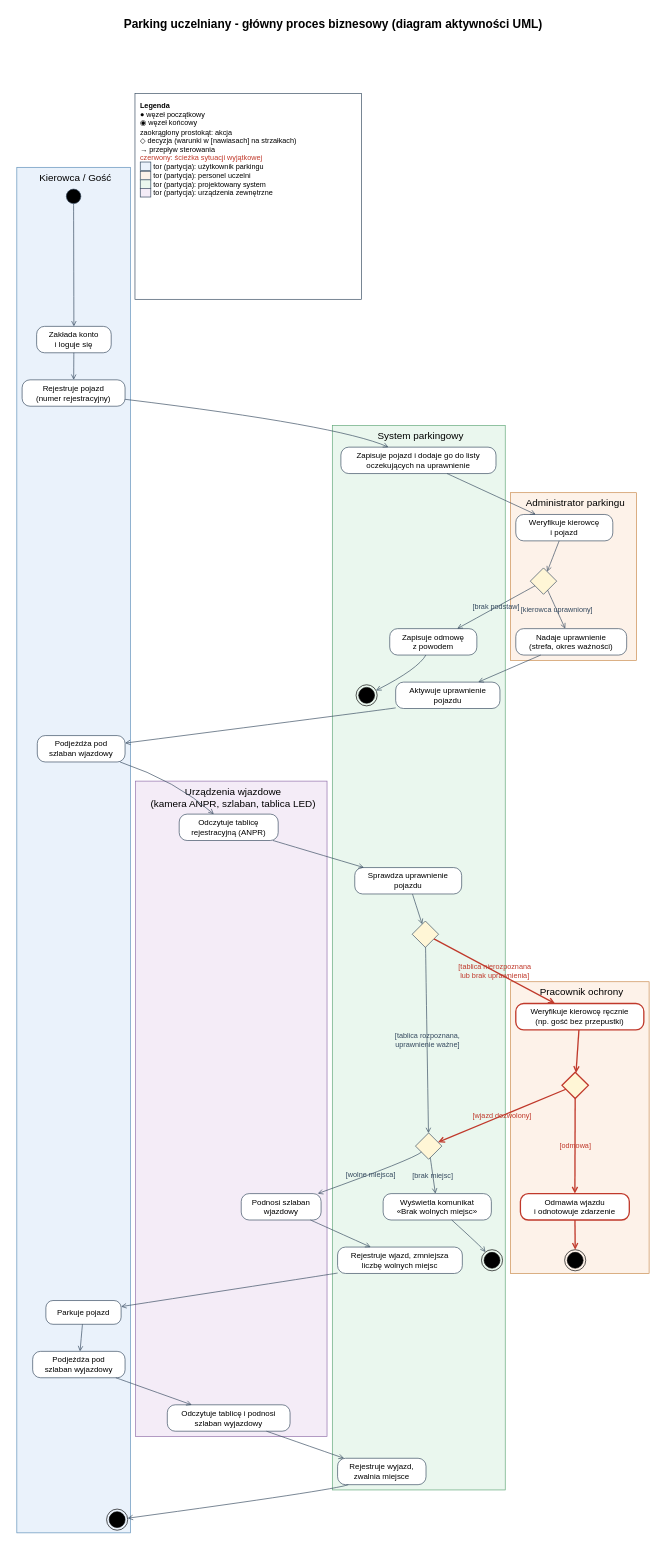
The draw.io diagram docs/proces/model-procesu.drawio in Kanikk/parking-uczelniany, before the edit. Source tidied: cells renumbered, new cells numbered last; positions are measured from the earlier drawing's top-left corner, leaving out a move shared by most shapes. Both pictures are drawn from the tidied source at 66%, with x=0, y=0 at pixel (11, 11).
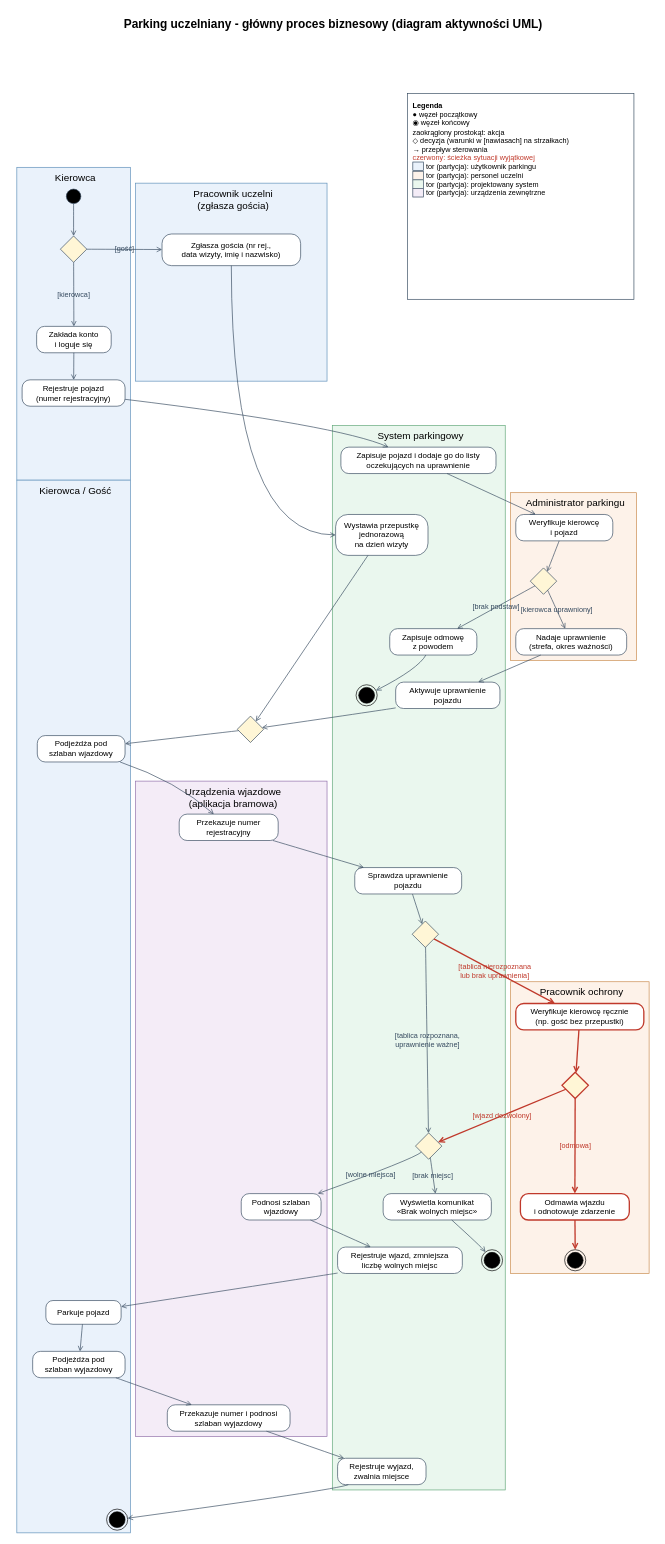
Above is the later version.

Commit message (it also covers changes not shown here):
docs: poprawa modelu procesu - zgłoszenie gościa, tor Kierowca / Gość, aplikacja bramowa

The change refers to these unchanged cells:
```xml
<mxCell id="7" style="ellipse;whiteSpace=wrap;html=1;fillColor=#000000;strokeColor=#34495E;fontSize=12;fontColor=#000000;strokeWidth=1;" parent="1" vertex="1">
  <mxGeometry x="83" y="269" width="22" height="22" as="geometry" />
</mxCell>
<mxCell id="8" value="Zakłada konto&lt;br&gt;i loguje się" style="rounded=1;arcSize=30;whiteSpace=wrap;html=1;fillColor=#FFFFFF;strokeColor=#34495E;fontSize=12;fontColor=#000000;strokeWidth=1;" parent="1" vertex="1">
  <mxGeometry x="38" y="477" width="113" height="40" as="geometry" />
</mxCell>
<mxCell id="10" value="Podjeżdża pod&lt;br&gt;szlaban wjazdowy" style="rounded=1;arcSize=30;whiteSpace=wrap;html=1;fillColor=#FFFFFF;strokeColor=#34495E;fontSize=12;fontColor=#000000;strokeWidth=1;" parent="1" vertex="1">
  <mxGeometry x="39" y="1097" width="133" height="40" as="geometry" />
</mxCell>
<mxCell id="19" value="Aktywuje uprawnienie&lt;br&gt;pojazdu" style="rounded=1;arcSize=30;whiteSpace=wrap;html=1;fillColor=#FFFFFF;strokeColor=#34495E;fontSize=12;fontColor=#000000;strokeWidth=1;" parent="1" vertex="1">
  <mxGeometry x="582" y="1016" width="158" height="40" as="geometry" />
</mxCell>
```

Change to the diagram source:
```diff
@@
-    <mxCell id="3" value="Kierowca / Gość" style="rounded=0;whiteSpace=wrap;html=1;fillColor=#EAF2FB;strokeColor=#5B8DB8;verticalAlign=top;align=center;spacingLeft=6;fontSize=15;fontColor=#000000;" parent="1" vertex="1">
-      <mxGeometry x="8" y="236" width="172" height="2069" as="geometry" />
+    <mxCell id="3" value="Kierowca" style="rounded=0;whiteSpace=wrap;html=1;fillColor=#EAF2FB;strokeColor=#5B8DB8;verticalAlign=top;align=center;spacingLeft=6;fontSize=15;fontColor=#000000;" parent="1" vertex="1">
+      <mxGeometry x="8" y="236" width="172" height="474" as="geometry" />
     </mxCell>
+    <mxCell id="65" value="Kierowca / Gość" style="rounded=0;whiteSpace=wrap;html=1;fillColor=#EAF2FB;strokeColor=#5B8DB8;verticalAlign=top;align=center;spacingLeft=6;fontSize=15;fontColor=#000000;" parent="1" vertex="1">
+      <mxGeometry x="8" y="710" width="172" height="1595" as="geometry" />
+    </mxCell>
-    <mxCell id="4" value="Urządzenia wjazdowe&lt;br&gt;(kamera ANPR, szlaban, tablica LED)" style="rounded=0;whiteSpace=wrap;html=1;fillColor=#F4ECF7;strokeColor=#8E6BA8;verticalAlign=top;align=center;spacingLeft=6;fontSize=15;fontColor=#000000;" parent="1" vertex="1">
+    <mxCell id="4" value="Urządzenia wjazdowe&lt;br&gt;(aplikacja bramowa)" style="rounded=0;whiteSpace=wrap;html=1;fillColor=#F4ECF7;strokeColor=#8E6BA8;verticalAlign=top;align=center;spacingLeft=6;fontSize=15;fontColor=#000000;" parent="1" vertex="1">
       <mxGeometry x="188" y="1166" width="290" height="993" as="geometry" />
     </mxCell>
@@
+    <mxCell id="66" value="Pracownik uczelni&lt;br&gt;(zgłasza gościa)" style="rounded=0;whiteSpace=wrap;html=1;fillColor=#EAF2FB;strokeColor=#5B8DB8;verticalAlign=top;align=center;spacingLeft=6;fontSize=15;fontColor=#000000;" parent="1" vertex="1">
+      <mxGeometry x="188" y="260" width="290" height="300" as="geometry" />
+    </mxCell>
@@
-    <mxCell id="14" value="Odczytuje tablicę&lt;br&gt;rejestracyjną (ANPR)" style="rounded=1;arcSize=30;whiteSpace=wrap;html=1;fillColor=#FFFFFF;strokeColor=#34495E;fontSize=12;fontColor=#000000;strokeWidth=1;" parent="1" vertex="1">
+    <mxCell id="14" value="Przekazuje numer&lt;br&gt;rejestracyjny" style="rounded=1;arcSize=30;whiteSpace=wrap;html=1;fillColor=#FFFFFF;strokeColor=#34495E;fontSize=12;fontColor=#000000;strokeWidth=1;" parent="1" vertex="1">
       <mxGeometry x="254" y="1216" width="150" height="40" as="geometry" />
     </mxCell>
@@
-    <mxCell id="16" value="Odczytuje tablicę i podnosi&lt;br&gt;szlaban wyjazdowy" style="rounded=1;arcSize=30;whiteSpace=wrap;html=1;fillColor=#FFFFFF;strokeColor=#34495E;fontSize=12;fontColor=#000000;strokeWidth=1;" parent="1" vertex="1">
+    <mxCell id="16" value="Przekazuje numer i podnosi&lt;br&gt;szlaban wyjazdowy" style="rounded=1;arcSize=30;whiteSpace=wrap;html=1;fillColor=#FFFFFF;strokeColor=#34495E;fontSize=12;fontColor=#000000;strokeWidth=1;" parent="1" vertex="1">
       <mxGeometry x="236" y="2111" width="186" height="40" as="geometry" />
     </mxCell>
@@
     <mxCell id="35" value="&lt;b&gt;Legenda&lt;/b&gt;&lt;br&gt;● węzeł początkowy&lt;br&gt;◉ węzeł końcowy&lt;br&gt;zaokrąglony prostokąt: akcja&lt;br&gt;◇ decyzja (warunki w [nawiasach] na strzałkach)&lt;br&gt;→ przepływ sterowania&lt;br&gt;&lt;font color='#C0392B'&gt;czerwony: ścieżka sytuacji wyjątkowej&lt;/font&gt;&lt;br&gt;&lt;span style=&quot;background-color:#EAF2FB;border:1px solid #34495E;&quot;&gt;&amp;nbsp;&amp;nbsp;&amp;nbsp;&amp;nbsp;&amp;nbsp;&lt;/span&gt; tor (partycja): użytkownik parkingu&lt;br&gt;&lt;span style=&quot;background-color:#FDF2E9;border:1px solid #34495E;&quot;&gt;&amp;nbsp;&amp;nbsp;&amp;nbsp;&amp;nbsp;&amp;nbsp;&lt;/span&gt; tor (partycja): personel uczelni&lt;br&gt;&lt;span style=&quot;background-color:#EAF7EE;border:1px solid #34495E;&quot;&gt;&amp;nbsp;&amp;nbsp;&amp;nbsp;&amp;nbsp;&amp;nbsp;&lt;/span&gt; tor (partycja): projektowany system&lt;br&gt;&lt;span style=&quot;background-color:#F4ECF7;border:1px solid #34495E;&quot;&gt;&amp;nbsp;&amp;nbsp;&amp;nbsp;&amp;nbsp;&amp;nbsp;&lt;/span&gt; tor (partycja): urządzenia zewnętrzne" style="text;html=1;whiteSpace=wrap;align=left;verticalAlign=top;strokeColor=#34495E;fillColor=#FFFFFF;spacing=8;fontSize=11;" parent="1" vertex="1">
-      <mxGeometry x="187" y="124" width="343" height="312" as="geometry" />
+      <mxGeometry x="600" y="124" width="343" height="312" as="geometry" />
     </mxCell>
-    <mxCell id="36" style="html=1;curved=1;rounded=0;endArrow=open;startArrow=none;endFill=1;startFill=1;strokeColor=#34495E;fontColor=#34495E;fontSize=11;strokeWidth=1;labelBackgroundColor=none;" parent="1" edge="1" source="7" target="8">
+    <mxCell id="36" style="html=1;curved=1;rounded=0;endArrow=open;startArrow=none;endFill=1;startFill=1;strokeColor=#34495E;fontColor=#34495E;fontSize=11;strokeWidth=1;labelBackgroundColor=none;" parent="1" edge="1" source="7" target="67">
       <mxGeometry relative="1" as="geometry" />
     </mxCell>
@@
-    <mxCell id="47" style="html=1;curved=1;rounded=0;endArrow=open;startArrow=none;endFill=1;startFill=1;strokeColor=#34495E;fontColor=#34495E;fontSize=11;strokeWidth=1;labelBackgroundColor=none;" parent="1" edge="1" source="19" target="10">
+    <mxCell id="47" style="html=1;curved=1;rounded=0;endArrow=open;startArrow=none;endFill=1;startFill=1;strokeColor=#34495E;fontColor=#34495E;fontSize=11;strokeWidth=1;labelBackgroundColor=none;" parent="1" edge="1" source="19" target="70">
       <mxGeometry relative="1" as="geometry">
         <Array as="points">
           <mxPoint x="578" y="1056" />
         </Array>
       </mxGeometry>
     </mxCell>
@@
+    <mxCell id="67" style="rhombus;whiteSpace=wrap;html=1;fillColor=#FFF6D6;strokeColor=#34495E;fontSize=12;fontColor=#000000;strokeWidth=1;" parent="1" vertex="1">
+      <mxGeometry x="74" y="340" width="40" height="40" as="geometry" />
+    </mxCell>
+    <mxCell id="68" value="Zgłasza gościa (nr rej.,&lt;br&gt;data wizyty, imię i nazwisko)" style="rounded=1;arcSize=30;whiteSpace=wrap;html=1;fillColor=#FFFFFF;strokeColor=#34495E;fontSize=12;fontColor=#000000;strokeWidth=1;" parent="1" vertex="1">
+      <mxGeometry x="228" y="337" width="210" height="48" as="geometry" />
+    </mxCell>
+    <mxCell id="69" value="Wystawia przepustkę&lt;br&gt;jednorazową&lt;br&gt;na dzień wizyty" style="rounded=1;arcSize=30;whiteSpace=wrap;html=1;fillColor=#FFFFFF;strokeColor=#34495E;fontSize=12;fontColor=#000000;strokeWidth=1;" parent="1" vertex="1">
+      <mxGeometry x="491" y="762" width="140" height="62" as="geometry" />
+    </mxCell>
+    <mxCell id="70" style="rhombus;whiteSpace=wrap;html=1;fillColor=#FFF6D6;strokeColor=#34495E;fontSize=12;fontColor=#000000;strokeWidth=1;" parent="1" vertex="1">
+      <mxGeometry x="342" y="1067.5" width="40" height="40" as="geometry" />
+    </mxCell>
+    <mxCell id="71" value="[kierowca]" style="html=1;curved=1;rounded=0;endArrow=open;startArrow=none;endFill=1;startFill=1;strokeColor=#34495E;fontColor=#34495E;fontSize=11;strokeWidth=1;labelBackgroundColor=none;" parent="1" edge="1" source="67" target="8">
+      <mxGeometry relative="1" as="geometry" />
+    </mxCell>
+    <mxCell id="72" value="[gość]" style="html=1;curved=1;rounded=0;endArrow=open;startArrow=none;endFill=1;startFill=1;strokeColor=#34495E;fontColor=#34495E;fontSize=11;strokeWidth=1;labelBackgroundColor=none;" parent="1" edge="1" source="67" target="68">
+      <mxGeometry relative="1" as="geometry" />
+    </mxCell>
+    <mxCell id="73" style="html=1;curved=1;rounded=0;endArrow=open;startArrow=none;endFill=1;startFill=1;strokeColor=#34495E;fontColor=#34495E;fontSize=11;strokeWidth=1;labelBackgroundColor=none;" parent="1" edge="1" source="68" target="69">
+      <mxGeometry relative="1" as="geometry">
+        <Array as="points">
+          <mxPoint x="333" y="793" />
+        </Array>
+      </mxGeometry>
+    </mxCell>
+    <mxCell id="74" style="html=1;curved=1;rounded=0;endArrow=open;startArrow=none;endFill=1;startFill=1;strokeColor=#34495E;fontColor=#34495E;fontSize=11;strokeWidth=1;labelBackgroundColor=none;" parent="1" edge="1" source="69" target="70">
+      <mxGeometry relative="1" as="geometry" />
+    </mxCell>
+    <mxCell id="75" style="html=1;curved=1;rounded=0;endArrow=open;startArrow=none;endFill=1;startFill=1;strokeColor=#34495E;fontColor=#34495E;fontSize=11;strokeWidth=1;labelBackgroundColor=none;" parent="1" edge="1" source="70" target="10">
+      <mxGeometry relative="1" as="geometry" />
+    </mxCell>
```
